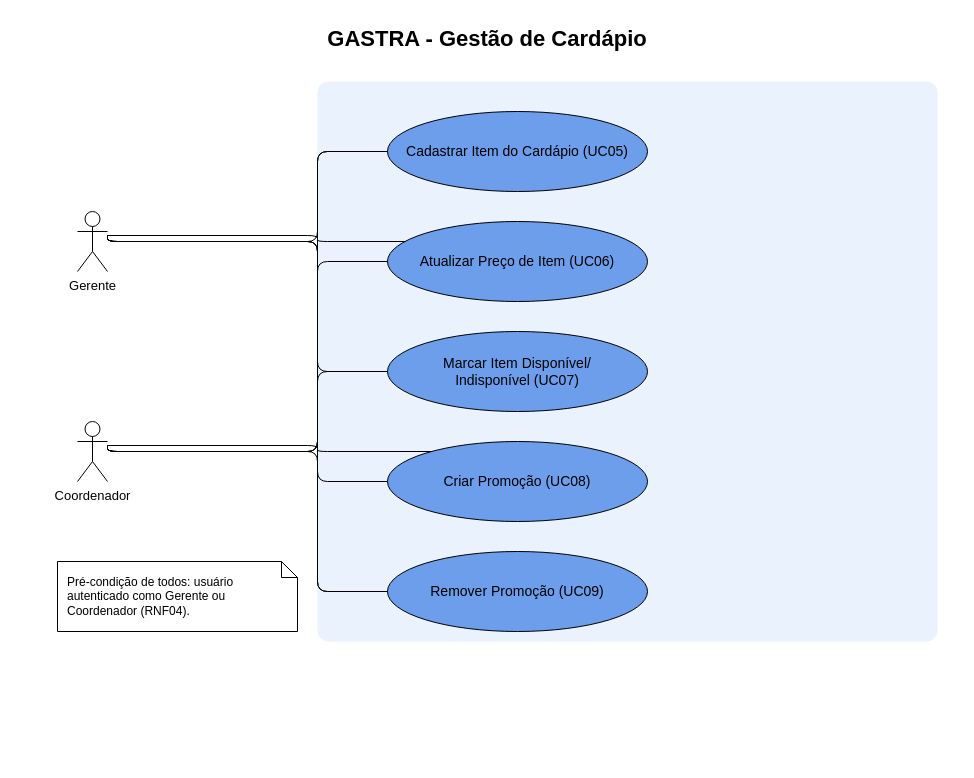
Earlier version of the draw.io diagram docs/diagramas/_fontes/GASTRA_UC_GestaoCardapio.drawio (danih-vb/gastra-tg). Source tidied: cells renumbered, new cells numbered last; positions are measured from the earlier drawing's top-left corner, leaving out a move shared by most shapes. Both pictures are drawn from the tidied source at 100%, with x=0, y=0 at pixel (17, 17).
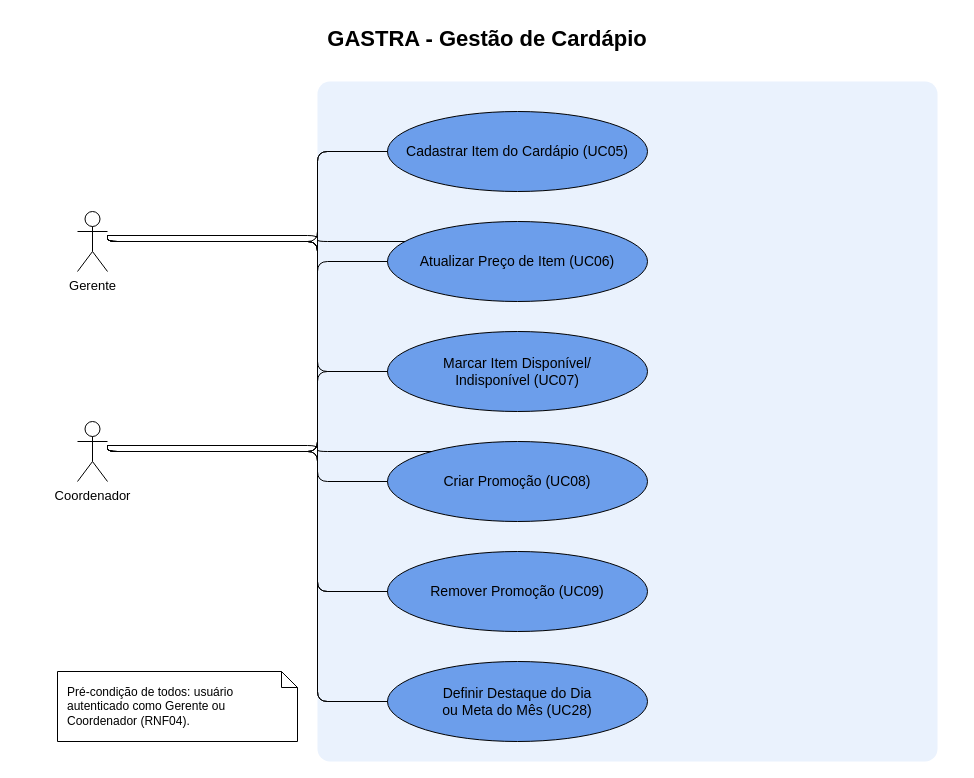
After the change.

The change refers to these unchanged cells:
```xml
<mxCell id="4" value="Gerente" style="shape=umlActor;verticalLabelPosition=bottom;verticalAlign=top;html=1;outlineConnect=0;fontSize=13;" parent="1" vertex="1">
  <mxGeometry x="60" y="194" width="30" height="60" as="geometry" />
</mxCell>
<mxCell id="5" value="Coordenador" style="shape=umlActor;verticalLabelPosition=bottom;verticalAlign=top;html=1;outlineConnect=0;fontSize=13;" parent="1" vertex="1">
  <mxGeometry x="60" y="404" width="30" height="60" as="geometry" />
</mxCell>
```

Change to the diagram source:
```diff
@@
     <mxCell id="3" style="rounded=1;arcSize=2;whiteSpace=wrap;html=1;fillColor=#eaf2fd;strokeColor=none;" parent="1" vertex="1">
-      <mxGeometry x="300" y="64" width="620" height="560" as="geometry" />
+      <mxGeometry x="300" y="64" width="620" height="680" as="geometry" />
     </mxCell>
@@
     <mxCell id="21" value="Pré-condição de todos: usuário autenticado como Gerente ou Coordenador (RNF04)." style="shape=note;size=16;whiteSpace=wrap;html=1;align=left;spacingLeft=8;fillColor=#ffffff;strokeColor=#000000;fontSize=12;" parent="1" vertex="1">
-      <mxGeometry x="40" y="544" width="240" height="70" as="geometry" />
+      <mxGeometry x="40" y="654" width="240" height="70" as="geometry" />
     </mxCell>
+    <mxCell id="22" value="Definir Destaque do Dia&lt;br&gt;ou Meta do Mês (UC28)" style="rounded=0;whiteSpace=wrap;html=1;ellipse;fillColor=#6c9eeb;strokeColor=#000000;fontColor=#000000;fontSize=14;verticalAlign=middle;" parent="1" vertex="1">
+      <mxGeometry x="370" y="644" width="260" height="80" as="geometry" />
+    </mxCell>
+    <mxCell id="23" style="edgeStyle=orthogonalEdgeStyle;rounded=1;html=1;endArrow=none;strokeColor=#000000;exitX=1;exitY=0.4;exitDx=0;exitDy=0;" parent="1" edge="1" source="4" target="22">
+      <mxGeometry relative="1" as="geometry">
+        <Array as="points">
+          <mxPoint x="300" y="224" />
+        </Array>
+      </mxGeometry>
+    </mxCell>
+    <mxCell id="24" style="edgeStyle=orthogonalEdgeStyle;rounded=1;html=1;endArrow=none;strokeColor=#000000;exitX=1;exitY=0.4;exitDx=0;exitDy=0;" parent="1" edge="1" source="5" target="22">
+      <mxGeometry relative="1" as="geometry">
+        <Array as="points">
+          <mxPoint x="300" y="434" />
+        </Array>
+      </mxGeometry>
+    </mxCell>
```
